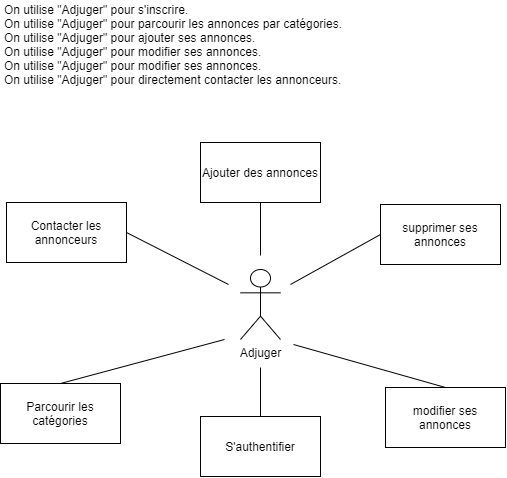
Before: Analyse/Use-Case/Use-case.PNG, a diagram exported from draw.io (Cyprien-png/Adjuger). Source tidied: cells renumbered, new cells last; positions are measured from the earlier drawing's top-left corner, leaving out a move shared by most shapes. Its diagram source:
```xml
<mxGraphModel>
  <root>
    <mxCell id="0" />
    <mxCell id="1" parent="0" />
    <mxCell id="2" value="S'authentifier" style="rounded=0;whiteSpace=wrap;html=1;" parent="1" vertex="1">
      <mxGeometry x="200" y="416" width="120" height="60" as="geometry" />
    </mxCell>
    <mxCell id="3" value="Ajouter des annonces" style="rounded=0;whiteSpace=wrap;html=1;" parent="1" vertex="1">
      <mxGeometry x="200" y="142" width="120" height="60" as="geometry" />
    </mxCell>
    <mxCell id="4" value="Parcourir les catégories" style="rounded=0;whiteSpace=wrap;html=1;" parent="1" vertex="1">
      <mxGeometry y="383" width="120" height="60" as="geometry" />
    </mxCell>
    <mxCell id="5" value="Contacter les annonceurs" style="rounded=0;whiteSpace=wrap;html=1;" parent="1" vertex="1">
      <mxGeometry x="6" y="202" width="120" height="60" as="geometry" />
    </mxCell>
    <mxCell id="6" style="endArrow=none;html=1;exitX=1;exitY=0.5;exitDx=0;exitDy=0;" parent="1" edge="1" source="5">
      <mxGeometry relative="1" as="geometry">
        <mxPoint x="228" y="284" as="targetPoint" />
      </mxGeometry>
    </mxCell>
    <mxCell id="7" style="endArrow=none;html=1;entryX=0.5;entryY=1;entryDx=0;entryDy=0;" parent="1" edge="1" target="3">
      <mxGeometry relative="1" as="geometry">
        <mxPoint x="260" y="255" as="sourcePoint" />
      </mxGeometry>
    </mxCell>
    <mxCell id="8" style="endArrow=none;html=1;entryX=0.5;entryY=0;entryDx=0;entryDy=0;" parent="1" edge="1" target="2">
      <mxGeometry relative="1" as="geometry">
        <mxPoint x="260" y="367" as="sourcePoint" />
      </mxGeometry>
    </mxCell>
    <mxCell id="9" style="endArrow=none;html=1;exitX=0.5;exitY=0;exitDx=0;exitDy=0;" parent="1" edge="1" source="4">
      <mxGeometry relative="1" as="geometry">
        <mxPoint x="224" y="339" as="targetPoint" />
      </mxGeometry>
    </mxCell>
    <mxCell id="10" value="On utilise &quot;Adjuger&quot; pour s'inscrire.&lt;br&gt;On utilise &quot;Adjuger&quot; pour parcourir les annonces par catégories.&lt;br&gt;On utilise &quot;Adjuger&quot; pour ajouter ses annonces.&lt;br&gt;On utilise &quot;Adjuger&quot; pour modifier ses annonces.&lt;br&gt;On utilise &quot;Adjuger&quot; pour modifier ses annonces.&lt;br&gt;On utilise &quot;Adjuger&quot; pour directement contacter les annonceurs.&lt;br&gt;" style="text;html=1;align=left;verticalAlign=middle;" parent="1" vertex="1">
      <mxGeometry x="2" width="348" height="88" as="geometry" />
    </mxCell>
    <mxCell id="11" value="&lt;span&gt;modifier ses annonces&lt;/span&gt;" style="rounded=0;whiteSpace=wrap;html=1;" parent="1" vertex="1">
      <mxGeometry x="385" y="387" width="120" height="60" as="geometry" />
    </mxCell>
    <mxCell id="12" value="&lt;span&gt;supprimer ses annonces&lt;/span&gt;" style="rounded=0;whiteSpace=wrap;html=1;" parent="1" vertex="1">
      <mxGeometry x="380" y="204" width="120" height="60" as="geometry" />
    </mxCell>
    <mxCell id="13" value="Adjuger" style="shape=umlActor;verticalLabelPosition=bottom;verticalAlign=top;html=1;" parent="1" vertex="1">
      <mxGeometry x="240" y="269" width="40" height="70" as="geometry" />
    </mxCell>
    <mxCell id="14" style="endArrow=none;html=1;entryX=0.5;entryY=0;entryDx=0;entryDy=0;" parent="1" edge="1" target="11">
      <mxGeometry relative="1" as="geometry">
        <mxPoint x="293" y="344" as="sourcePoint" />
      </mxGeometry>
    </mxCell>
    <mxCell id="15" style="endArrow=none;html=1;entryX=0;entryY=0.5;entryDx=0;entryDy=0;" parent="1" edge="1" target="12">
      <mxGeometry relative="1" as="geometry">
        <mxPoint x="290" y="284" as="sourcePoint" />
      </mxGeometry>
    </mxCell>
  </root>
</mxGraphModel>
```
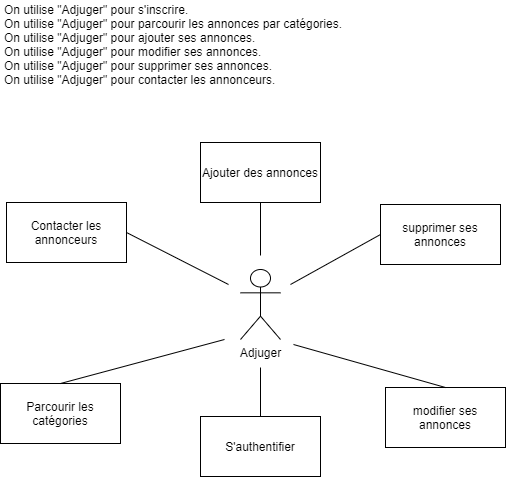
Later version of the same file.

Change to the diagram source:
```diff
@@ -34,7 +34,7 @@
         <mxPoint x="224" y="339" as="targetPoint" />
       </mxGeometry>
     </mxCell>
-    <mxCell id="10" value="On utilise &quot;Adjuger&quot; pour s'inscrire.&lt;br&gt;On utilise &quot;Adjuger&quot; pour parcourir les annonces par catégories.&lt;br&gt;On utilise &quot;Adjuger&quot; pour ajouter ses annonces.&lt;br&gt;On utilise &quot;Adjuger&quot; pour modifier ses annonces.&lt;br&gt;On utilise &quot;Adjuger&quot; pour modifier ses annonces.&lt;br&gt;On utilise &quot;Adjuger&quot; pour directement contacter les annonceurs.&lt;br&gt;" style="text;html=1;align=left;verticalAlign=middle;" parent="1" vertex="1">
+    <mxCell id="10" value="On utilise &quot;Adjuger&quot; pour s'inscrire.&lt;br&gt;On utilise &quot;Adjuger&quot; pour parcourir les annonces par catégories.&lt;br&gt;On utilise &quot;Adjuger&quot; pour ajouter ses annonces.&lt;br&gt;On utilise &quot;Adjuger&quot; pour modifier ses annonces.&lt;br&gt;On utilise &quot;Adjuger&quot; pour supprimer ses annonces.&lt;br&gt;On utilise &quot;Adjuger&quot; pour contacter les annonceurs." style="text;html=1;align=left;verticalAlign=middle;" parent="1" vertex="1">
       <mxGeometry x="2" width="348" height="88" as="geometry" />
     </mxCell>
     <mxCell id="11" value="&lt;span&gt;modifier ses annonces&lt;/span&gt;" style="rounded=0;whiteSpace=wrap;html=1;" parent="1" vertex="1">
```
